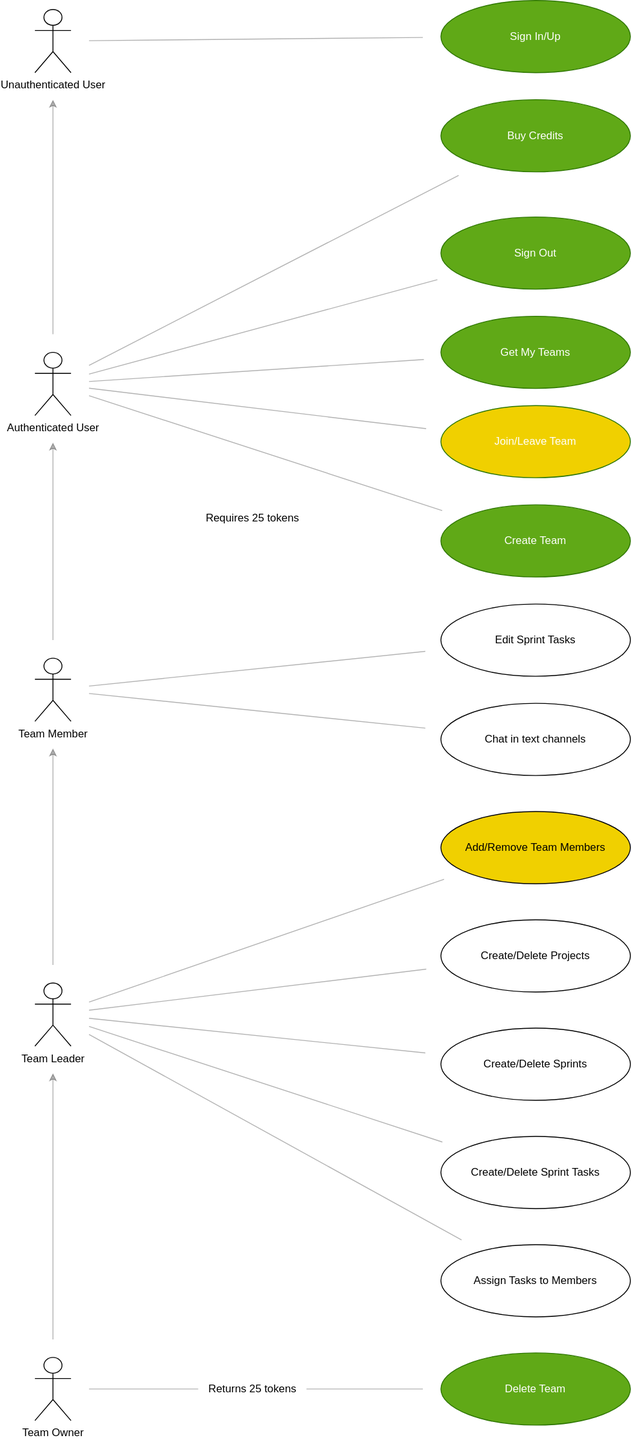
Before: packages/domain/src/use-cases/index.drawio.svg, a diagram exported from draw.io (john-prutton/tarc). Source tidied: cells renumbered, new cells last; positions are measured from the earlier drawing's top-left corner, leaving out a move shared by most shapes.
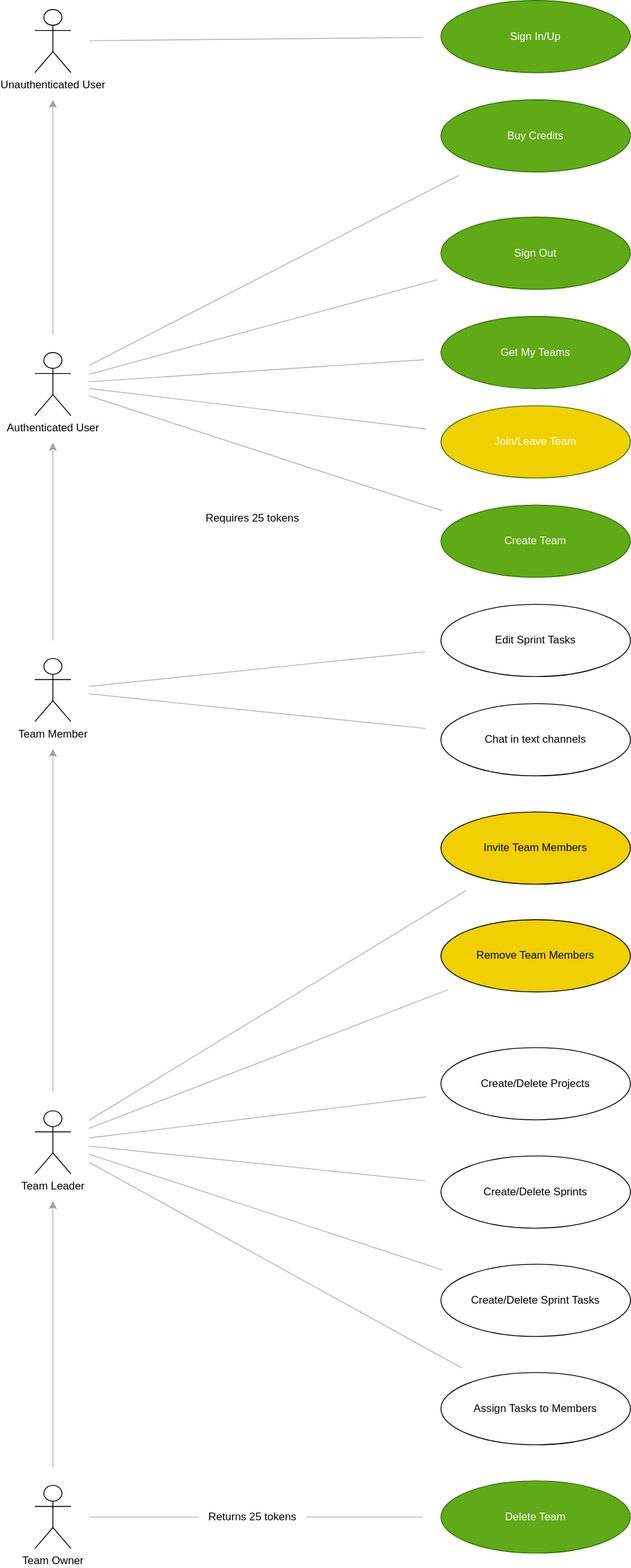
After the change.

Commit message:
docs: update use-case diagram

Change to the diagram source:
```diff
@@ -11,29 +11,29 @@
     <mxCell id="4" value="Chat in text channels&amp;nbsp;" style="ellipse;whiteSpace=wrap;html=1;" parent="1" vertex="1">
       <mxGeometry x="450" y="779" width="210" height="80" as="geometry" />
     </mxCell>
-    <mxCell id="5" value="Add/Remove Team Members" style="ellipse;whiteSpace=wrap;html=1;fillColor=#F0D000;" parent="1" vertex="1">
+    <mxCell id="5" value="Invite Team Members" style="ellipse;whiteSpace=wrap;html=1;fillColor=#F0D000;" parent="1" vertex="1">
       <mxGeometry x="450" y="899" width="210" height="80" as="geometry" />
     </mxCell>
     <mxCell id="6" value="Create/Delete Projects" style="ellipse;whiteSpace=wrap;html=1;" parent="1" vertex="1">
-      <mxGeometry x="450" y="1019" width="210" height="80" as="geometry" />
+      <mxGeometry x="450" y="1160" width="210" height="80" as="geometry" />
     </mxCell>
     <mxCell id="7" value="Create/Delete Sprint Tasks" style="ellipse;whiteSpace=wrap;html=1;" parent="1" vertex="1">
-      <mxGeometry x="450" y="1259" width="210" height="80" as="geometry" />
+      <mxGeometry x="450" y="1400" width="210" height="80" as="geometry" />
     </mxCell>
     <mxCell id="8" value="Assign Tasks to Members" style="ellipse;whiteSpace=wrap;html=1;" parent="1" vertex="1">
-      <mxGeometry x="450" y="1379" width="210" height="80" as="geometry" />
+      <mxGeometry x="450" y="1520" width="210" height="80" as="geometry" />
     </mxCell>
     <mxCell id="9" value="Delete Team" style="ellipse;whiteSpace=wrap;html=1;fillColor=#60a917;fontColor=#ffffff;strokeColor=#2D7600;" parent="1" vertex="1">
-      <mxGeometry x="450" y="1499" width="210" height="80" as="geometry" />
+      <mxGeometry x="450" y="1640" width="210" height="80" as="geometry" />
     </mxCell>
     <mxCell id="10" value="Team Owner" style="shape=umlActor;verticalLabelPosition=bottom;verticalAlign=top;html=1;outlineConnect=0;" parent="1" vertex="1">
-      <mxGeometry y="1504" width="40" height="70" as="geometry" />
+      <mxGeometry y="1645" width="40" height="70" as="geometry" />
     </mxCell>
     <mxCell id="11" style="rounded=0;jettySize=auto;html=1;endArrow=none;endFill=0;targetPerimeterSpacing=20;endSize=6;opacity=30;startArrow=none;" parent="1" edge="1" source="31" target="9">
       <mxGeometry relative="1" as="geometry" />
     </mxCell>
     <mxCell id="12" value="Team Leader" style="shape=umlActor;verticalLabelPosition=bottom;verticalAlign=top;html=1;outlineConnect=0;" parent="1" vertex="1">
-      <mxGeometry y="1089" width="40" height="70" as="geometry" />
+      <mxGeometry y="1230" width="40" height="70" as="geometry" />
     </mxCell>
     <mxCell id="13" style="rounded=0;jettySize=auto;html=1;endArrow=none;endFill=0;targetPerimeterSpacing=20;sourcePerimeterSpacing=20;endSize=6;opacity=30;" parent="1" edge="1" source="12" target="5">
       <mxGeometry relative="1" as="geometry" />
@@ -75,7 +75,7 @@
       <mxGeometry x="450" y="449" width="210" height="80" as="geometry" />
     </mxCell>
     <mxCell id="26" value="Create/Delete Sprints" style="ellipse;whiteSpace=wrap;html=1;" parent="1" vertex="1">
-      <mxGeometry x="450" y="1139" width="210" height="80" as="geometry" />
+      <mxGeometry x="450" y="1280" width="210" height="80" as="geometry" />
     </mxCell>
     <mxCell id="27" style="rounded=0;jettySize=auto;html=1;endArrow=none;endFill=0;targetPerimeterSpacing=20;sourcePerimeterSpacing=20;endSize=6;opacity=30;" parent="1" edge="1" source="12" target="26">
       <mxGeometry relative="1" as="geometry" />
@@ -90,7 +90,7 @@
       <mxGeometry relative="1" as="geometry" />
     </mxCell>
     <mxCell id="31" value="Returns 25 tokens" style="text;html=1;align=center;verticalAlign=middle;points=[];strokeColor=none;fillColor=none;" parent="1" vertex="1">
-      <mxGeometry x="181" y="1524" width="120" height="30" as="geometry" />
+      <mxGeometry x="181" y="1665" width="120" height="30" as="geometry" />
     </mxCell>
     <mxCell id="32" style="rounded=0;jettySize=auto;html=1;endArrow=none;endFill=0;targetPerimeterSpacing=20;sourcePerimeterSpacing=20;endSize=6;opacity=30;" parent="1" edge="1" source="22" target="34">
       <mxGeometry relative="1" as="geometry" />
@@ -122,5 +122,11 @@
     <mxCell id="41" value="Get My Teams" style="ellipse;whiteSpace=wrap;html=1;fillColor=#60a917;fontColor=#ffffff;strokeColor=#2D7600;" parent="1" vertex="1">
       <mxGeometry x="450" y="350" width="210" height="80" as="geometry" />
     </mxCell>
+    <mxCell id="42" value="Remove Team Members" style="ellipse;whiteSpace=wrap;html=1;fillColor=#F0D000;" parent="1" vertex="1">
+      <mxGeometry x="450" y="1018.4" width="210" height="80" as="geometry" />
+    </mxCell>
+    <mxCell id="43" style="rounded=0;jettySize=auto;html=1;endArrow=none;endFill=0;targetPerimeterSpacing=20;sourcePerimeterSpacing=20;endSize=6;opacity=30;" parent="1" edge="1" source="12" target="42">
+      <mxGeometry relative="1" as="geometry" />
+    </mxCell>
   </root>
 </mxGraphModel>
```
